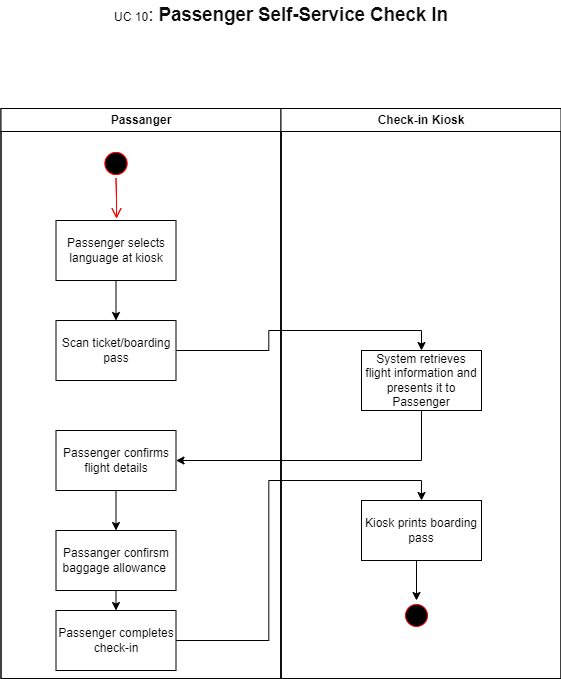
This is Diagramms/Activity Diagrams/UC_10.drawio.png from Smr002/Group01_Airport_Management_System, a draw.io export, as it was before one commit. Source tidied: cells renumbered, new cells last; positions are measured from the earlier drawing's top-left corner, leaving out a move shared by most shapes. Source of this version:
```xml
<mxGraphModel>
  <root>
    <mxCell id="0" />
    <mxCell id="1" parent="0" />
    <mxCell id="2" value="Thread 1" style="swimlane;whiteSpace=wrap;" parent="1" vertex="1">
      <mxGeometry x="0.5" y="108" width="280" height="570" as="geometry" />
    </mxCell>
    <mxCell id="3" style="ellipse;shape=startState;fillColor=#000000;strokeColor=#ff0000;" parent="2" vertex="1">
      <mxGeometry x="100" y="40" width="30" height="30" as="geometry" />
    </mxCell>
    <mxCell id="4" style="edgeStyle=elbowEdgeStyle;elbow=horizontal;verticalAlign=bottom;endArrow=open;endSize=8;strokeColor=#FF0000;endFill=1;rounded=0;" parent="2" edge="1" source="3">
      <mxGeometry x="100" y="40" as="geometry">
        <mxPoint x="115.5" y="110" as="targetPoint" />
      </mxGeometry>
    </mxCell>
    <mxCell id="5" value="Thread 2" style="swimlane;whiteSpace=wrap;" parent="1" vertex="1">
      <mxGeometry x="280.5" y="108" width="280" height="570" as="geometry" />
    </mxCell>
    <mxCell id="6" value="Passanger" style="swimlane;whiteSpace=wrap;" parent="1" vertex="1">
      <mxGeometry x="0.5" y="108" width="280" height="570" as="geometry" />
    </mxCell>
    <mxCell id="7" style="ellipse;shape=startState;fillColor=#000000;strokeColor=#ff0000;" parent="6" vertex="1">
      <mxGeometry x="100" y="40" width="30" height="30" as="geometry" />
    </mxCell>
    <mxCell id="8" style="edgeStyle=elbowEdgeStyle;elbow=horizontal;verticalAlign=bottom;endArrow=open;endSize=8;strokeColor=#FF0000;endFill=1;rounded=0;" parent="6" edge="1" source="7">
      <mxGeometry x="100" y="40" as="geometry">
        <mxPoint x="115.5" y="110" as="targetPoint" />
      </mxGeometry>
    </mxCell>
    <mxCell id="9" value="Passenger selects language at kiosk" style="rounded=0;whiteSpace=wrap;html=1;" parent="6" vertex="1">
      <mxGeometry x="55" y="112" width="120" height="60" as="geometry" />
    </mxCell>
    <mxCell id="10" value="Scan ticket/boarding pass" style="rounded=0;whiteSpace=wrap;html=1;" parent="6" vertex="1">
      <mxGeometry x="55" y="212" width="120" height="60" as="geometry" />
    </mxCell>
    <mxCell id="11" style="endArrow=classic;html=1;rounded=0;" parent="6" edge="1" source="9" target="10">
      <mxGeometry relative="1" as="geometry" />
    </mxCell>
    <mxCell id="12" value="Passenger confirms flight details" style="rounded=0;whiteSpace=wrap;html=1;" parent="6" vertex="1">
      <mxGeometry x="55" y="322" width="120" height="60" as="geometry" />
    </mxCell>
    <mxCell id="13" style="edgeStyle=orthogonalEdgeStyle;rounded=0;jettySize=auto;html=1;exitX=0.5;exitY=1;exitDx=0;exitDy=0;entryX=0.5;entryY=0;entryDx=0;entryDy=0;" parent="6" edge="1" source="14" target="16">
      <mxGeometry relative="1" as="geometry" />
    </mxCell>
    <mxCell id="14" value="Passanger confirsm baggage allowance&amp;nbsp;" style="rounded=0;whiteSpace=wrap;html=1;" parent="6" vertex="1">
      <mxGeometry x="55" y="422" width="120" height="60" as="geometry" />
    </mxCell>
    <mxCell id="15" style="endArrow=classic;html=1;rounded=0;exitX=0.5;exitY=1;exitDx=0;exitDy=0;entryX=0.5;entryY=0;entryDx=0;entryDy=0;" parent="6" edge="1" source="12" target="14">
      <mxGeometry relative="1" as="geometry" />
    </mxCell>
    <mxCell id="16" value="Passenger completes check-in" style="rounded=0;whiteSpace=wrap;html=1;" parent="6" vertex="1">
      <mxGeometry x="55" y="502" width="120" height="60" as="geometry" />
    </mxCell>
    <mxCell id="17" value="Check-in Kiosk" style="swimlane;whiteSpace=wrap;" parent="1" vertex="1">
      <mxGeometry x="280.5" y="108" width="280" height="570" as="geometry" />
    </mxCell>
    <mxCell id="18" value="System retrieves flight information and presents it to Passenger" style="rounded=0;whiteSpace=wrap;html=1;" parent="17" vertex="1">
      <mxGeometry x="80.5" y="242" width="120" height="60" as="geometry" />
    </mxCell>
    <mxCell id="19" style="ellipse;shape=startState;fillColor=#000000;strokeColor=#ff0000;" parent="17" vertex="1">
      <mxGeometry x="120.5" y="492" width="30" height="30" as="geometry" />
    </mxCell>
    <mxCell id="20" style="endArrow=classic;html=1;rounded=0;" parent="17" edge="1" target="19">
      <mxGeometry relative="1" as="geometry">
        <mxPoint x="135.5" y="452" as="sourcePoint" />
      </mxGeometry>
    </mxCell>
    <mxCell id="21" style="edgeStyle=orthogonalEdgeStyle;rounded=0;orthogonalLoop=1;jettySize=auto;html=1;exitX=0.5;exitY=1;exitDx=0;exitDy=0;" parent="17" edge="1" source="18" target="18">
      <mxGeometry relative="1" as="geometry" />
    </mxCell>
    <mxCell id="22" value="Kiosk prints boarding pass" style="rounded=0;whiteSpace=wrap;html=1;" parent="17" vertex="1">
      <mxGeometry x="80.5" y="392" width="120" height="60" as="geometry" />
    </mxCell>
    <mxCell id="23" style="edgeStyle=orthogonalEdgeStyle;rounded=0;jettySize=auto;html=1;exitX=1;exitY=0.5;exitDx=0;exitDy=0;entryX=0.5;entryY=0;entryDx=0;entryDy=0;" parent="1" edge="1" source="10" target="18">
      <mxGeometry relative="1" as="geometry" />
    </mxCell>
    <mxCell id="24" style="edgeStyle=orthogonalEdgeStyle;rounded=0;jettySize=auto;html=1;exitX=0.5;exitY=1;exitDx=0;exitDy=0;entryX=1;entryY=0.5;entryDx=0;entryDy=0;" parent="1" edge="1" source="18" target="12">
      <mxGeometry relative="1" as="geometry" />
    </mxCell>
    <mxCell id="25" style="edgeStyle=orthogonalEdgeStyle;rounded=0;jettySize=auto;html=1;exitX=1;exitY=0.5;exitDx=0;exitDy=0;entryX=0.5;entryY=0;entryDx=0;entryDy=0;" parent="1" edge="1" source="16" target="22">
      <mxGeometry relative="1" as="geometry" />
    </mxCell>
    <mxCell id="26" value="UC 10&lt;span style=&quot;font-size: 14pt; font-family: Arial, sans-serif; color: rgb(13, 13, 13);&quot; lang=&quot;EN&quot;&gt;:&amp;nbsp;&lt;b&gt;Passenger Self-Service Check In&lt;/b&gt;&lt;/span&gt;" style="text;html=1;align=center;verticalAlign=middle;whiteSpace=wrap;rounded=0;" parent="1" vertex="1">
      <mxGeometry x="86" width="390" height="30" as="geometry" />
    </mxCell>
  </root>
</mxGraphModel>
```
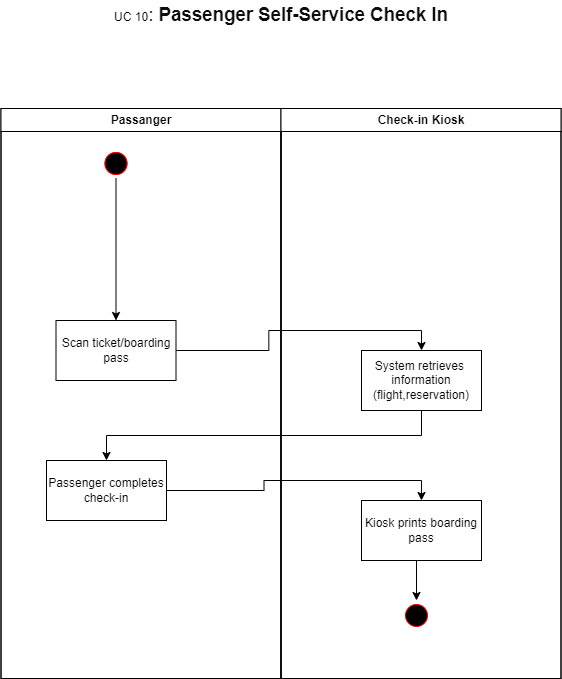
Above is the later version.

The edit, as a diff of the source:
```diff
@@ -8,53 +8,28 @@
     <mxCell id="3" style="ellipse;shape=startState;fillColor=#000000;strokeColor=#ff0000;" parent="2" vertex="1">
       <mxGeometry x="100" y="40" width="30" height="30" as="geometry" />
     </mxCell>
-    <mxCell id="4" style="edgeStyle=elbowEdgeStyle;elbow=horizontal;verticalAlign=bottom;endArrow=open;endSize=8;strokeColor=#FF0000;endFill=1;rounded=0;" parent="2" edge="1" source="3">
-      <mxGeometry x="100" y="40" as="geometry">
-        <mxPoint x="115.5" y="110" as="targetPoint" />
-      </mxGeometry>
-    </mxCell>
     <mxCell id="5" value="Thread 2" style="swimlane;whiteSpace=wrap;" parent="1" vertex="1">
       <mxGeometry x="280.5" y="108" width="280" height="570" as="geometry" />
     </mxCell>
     <mxCell id="6" value="Passanger" style="swimlane;whiteSpace=wrap;" parent="1" vertex="1">
       <mxGeometry x="0.5" y="108" width="280" height="570" as="geometry" />
     </mxCell>
+    <mxCell id="27" style="edgeStyle=orthogonalEdgeStyle;rounded=0;jettySize=auto;html=1;exitX=0.5;exitY=1;exitDx=0;exitDy=0;" parent="6" edge="1" source="7" target="10">
+      <mxGeometry relative="1" as="geometry" />
+    </mxCell>
     <mxCell id="7" style="ellipse;shape=startState;fillColor=#000000;strokeColor=#ff0000;" parent="6" vertex="1">
       <mxGeometry x="100" y="40" width="30" height="30" as="geometry" />
     </mxCell>
-    <mxCell id="8" style="edgeStyle=elbowEdgeStyle;elbow=horizontal;verticalAlign=bottom;endArrow=open;endSize=8;strokeColor=#FF0000;endFill=1;rounded=0;" parent="6" edge="1" source="7">
-      <mxGeometry x="100" y="40" as="geometry">
-        <mxPoint x="115.5" y="110" as="targetPoint" />
-      </mxGeometry>
-    </mxCell>
-    <mxCell id="9" value="Passenger selects language at kiosk" style="rounded=0;whiteSpace=wrap;html=1;" parent="6" vertex="1">
-      <mxGeometry x="55" y="112" width="120" height="60" as="geometry" />
-    </mxCell>
     <mxCell id="10" value="Scan ticket/boarding pass" style="rounded=0;whiteSpace=wrap;html=1;" parent="6" vertex="1">
       <mxGeometry x="55" y="212" width="120" height="60" as="geometry" />
     </mxCell>
-    <mxCell id="11" style="endArrow=classic;html=1;rounded=0;" parent="6" edge="1" source="9" target="10">
-      <mxGeometry relative="1" as="geometry" />
-    </mxCell>
-    <mxCell id="12" value="Passenger confirms flight details" style="rounded=0;whiteSpace=wrap;html=1;" parent="6" vertex="1">
-      <mxGeometry x="55" y="322" width="120" height="60" as="geometry" />
-    </mxCell>
-    <mxCell id="13" style="edgeStyle=orthogonalEdgeStyle;rounded=0;jettySize=auto;html=1;exitX=0.5;exitY=1;exitDx=0;exitDy=0;entryX=0.5;entryY=0;entryDx=0;entryDy=0;" parent="6" edge="1" source="14" target="16">
-      <mxGeometry relative="1" as="geometry" />
-    </mxCell>
-    <mxCell id="14" value="Passanger confirsm baggage allowance&amp;nbsp;" style="rounded=0;whiteSpace=wrap;html=1;" parent="6" vertex="1">
-      <mxGeometry x="55" y="422" width="120" height="60" as="geometry" />
-    </mxCell>
-    <mxCell id="15" style="endArrow=classic;html=1;rounded=0;exitX=0.5;exitY=1;exitDx=0;exitDy=0;entryX=0.5;entryY=0;entryDx=0;entryDy=0;" parent="6" edge="1" source="12" target="14">
-      <mxGeometry relative="1" as="geometry" />
-    </mxCell>
     <mxCell id="16" value="Passenger completes check-in" style="rounded=0;whiteSpace=wrap;html=1;" parent="6" vertex="1">
-      <mxGeometry x="55" y="502" width="120" height="60" as="geometry" />
+      <mxGeometry x="45.5" y="352" width="120" height="60" as="geometry" />
     </mxCell>
     <mxCell id="17" value="Check-in Kiosk" style="swimlane;whiteSpace=wrap;" parent="1" vertex="1">
       <mxGeometry x="280.5" y="108" width="280" height="570" as="geometry" />
     </mxCell>
-    <mxCell id="18" value="System retrieves flight information and presents it to Passenger" style="rounded=0;whiteSpace=wrap;html=1;" parent="17" vertex="1">
+    <mxCell id="18" value="System retrieves&amp;nbsp; information (flight,reservation)" style="rounded=0;whiteSpace=wrap;html=1;" parent="17" vertex="1">
       <mxGeometry x="80.5" y="242" width="120" height="60" as="geometry" />
     </mxCell>
     <mxCell id="19" style="ellipse;shape=startState;fillColor=#000000;strokeColor=#ff0000;" parent="17" vertex="1">
@@ -74,14 +49,14 @@
     <mxCell id="23" style="edgeStyle=orthogonalEdgeStyle;rounded=0;jettySize=auto;html=1;exitX=1;exitY=0.5;exitDx=0;exitDy=0;entryX=0.5;entryY=0;entryDx=0;entryDy=0;" parent="1" edge="1" source="10" target="18">
       <mxGeometry relative="1" as="geometry" />
     </mxCell>
-    <mxCell id="24" style="edgeStyle=orthogonalEdgeStyle;rounded=0;jettySize=auto;html=1;exitX=0.5;exitY=1;exitDx=0;exitDy=0;entryX=1;entryY=0.5;entryDx=0;entryDy=0;" parent="1" edge="1" source="18" target="12">
-      <mxGeometry relative="1" as="geometry" />
-    </mxCell>
     <mxCell id="25" style="edgeStyle=orthogonalEdgeStyle;rounded=0;jettySize=auto;html=1;exitX=1;exitY=0.5;exitDx=0;exitDy=0;entryX=0.5;entryY=0;entryDx=0;entryDy=0;" parent="1" edge="1" source="16" target="22">
       <mxGeometry relative="1" as="geometry" />
     </mxCell>
     <mxCell id="26" value="UC 10&lt;span style=&quot;font-size: 14pt; font-family: Arial, sans-serif; color: rgb(13, 13, 13);&quot; lang=&quot;EN&quot;&gt;:&amp;nbsp;&lt;b&gt;Passenger Self-Service Check In&lt;/b&gt;&lt;/span&gt;" style="text;html=1;align=center;verticalAlign=middle;whiteSpace=wrap;rounded=0;" parent="1" vertex="1">
       <mxGeometry x="86" width="390" height="30" as="geometry" />
     </mxCell>
+    <mxCell id="28" style="edgeStyle=orthogonalEdgeStyle;rounded=0;jettySize=auto;html=1;exitX=0.5;exitY=1;exitDx=0;exitDy=0;" parent="1" edge="1" source="18" target="16">
+      <mxGeometry relative="1" as="geometry" />
+    </mxCell>
   </root>
 </mxGraphModel>
```
